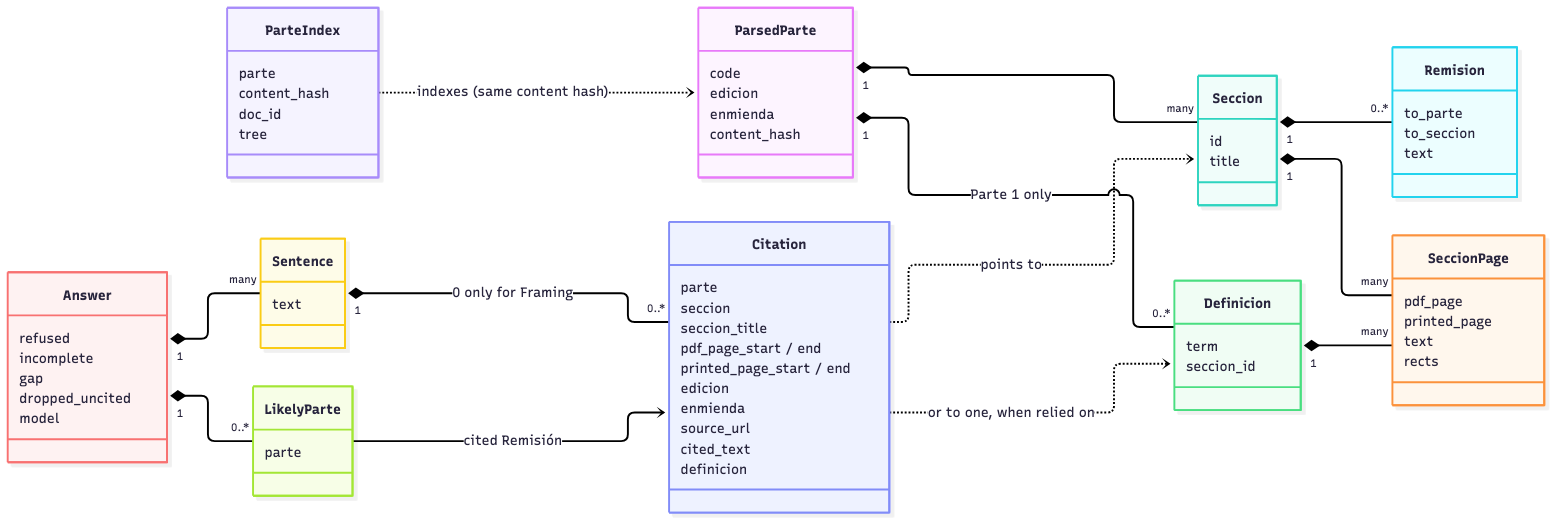
Earlier version of the Mermaid export docs/diagrams/domain-model.png (Guernik/raac-rag). Its source is kept beside it as docs/diagrams/domain-model.mmd.
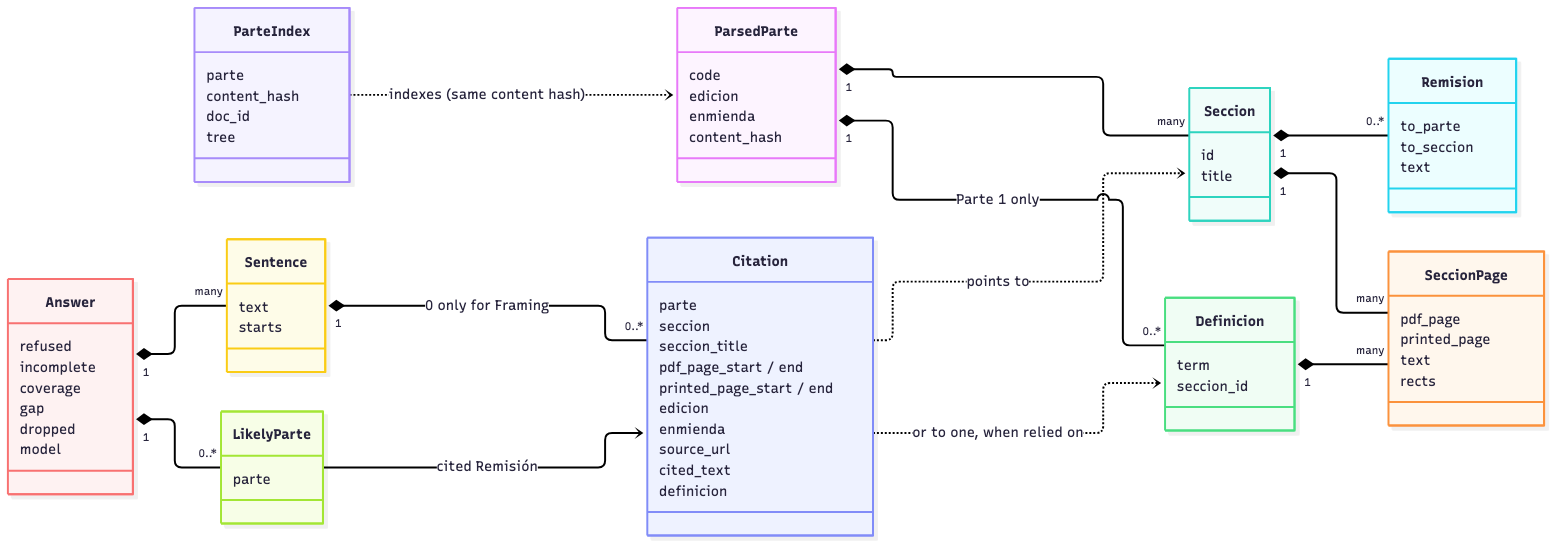
Above is the later version.

Commit message:
docs: diagrams show Framing, the coverage line and Answer layout

Change to the diagram source:
```diff
@@ -34,12 +34,14 @@
     class Answer {
         refused
         incomplete
+        coverage
         gap
-        dropped_uncited
+        dropped
         model
     }
     class Sentence {
         text
+        starts
     }
     class Citation {
         parte
```
